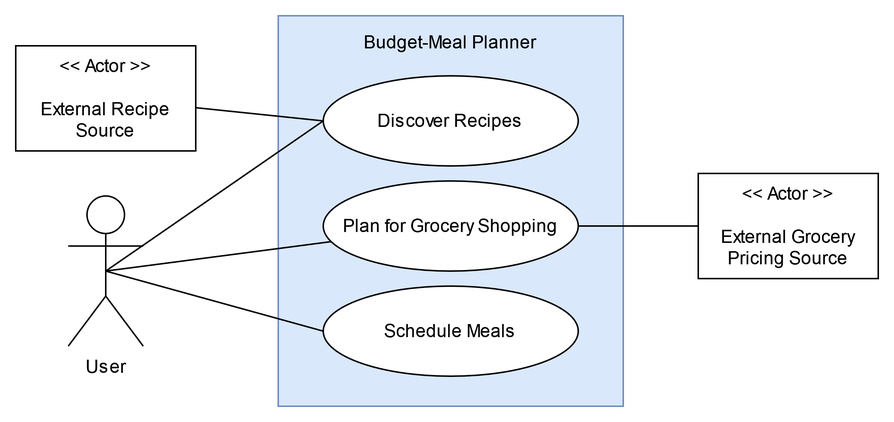
InvisCo/SE463-scenario-table-generator keeps this draw.io diagram as images/Use_Case.png. Above is the earlier version. Source tidied: cells renumbered, new cells last; positions are measured from the earlier drawing's top-left corner, leaving out a move shared by most shapes.
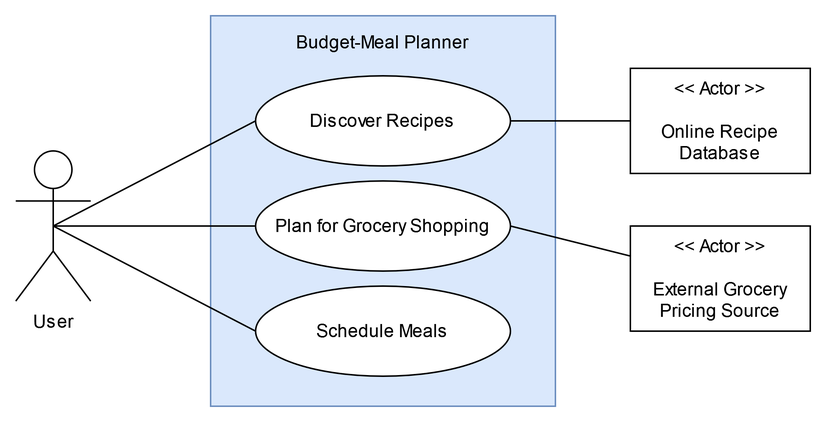
Later version of the same file.

The edit, as a diff of the source:
```diff
@@ -15,7 +15,7 @@
       <mxGeometry relative="1" as="geometry" />
     </mxCell>
     <mxCell id="6" value="User" style="shape=umlActor;verticalLabelPosition=bottom;verticalAlign=top;html=1;outlineConnect=0;" parent="1" vertex="1">
-      <mxGeometry x="35" y="120" width="50" height="100" as="geometry" />
+      <mxGeometry x="45" y="90" width="50" height="100" as="geometry" />
     </mxCell>
     <mxCell id="7" value="Plan for Grocery Shopping" style="ellipse;whiteSpace=wrap;html=1;" parent="1" vertex="1">
       <mxGeometry x="205" y="110" width="170" height="60" as="geometry" />
@@ -36,10 +36,10 @@
       <mxGeometry relative="1" as="geometry" />
     </mxCell>
     <mxCell id="13" value="&lt;div&gt;&amp;lt;&amp;lt; Actor &amp;gt;&amp;gt;&lt;/div&gt;&lt;div&gt;&lt;br&gt;&lt;/div&gt;&lt;div&gt;External Grocery Pricing Source&lt;br&gt;&lt;/div&gt;" style="rounded=0;whiteSpace=wrap;html=1;" parent="1" vertex="1">
-      <mxGeometry x="455" y="105" width="120" height="70" as="geometry" />
+      <mxGeometry x="455" y="140" width="120" height="70" as="geometry" />
     </mxCell>
-    <mxCell id="14" value="&lt;div&gt;&amp;lt;&amp;lt; Actor &amp;gt;&amp;gt;&lt;/div&gt;&lt;div&gt;&lt;br&gt;&lt;/div&gt;&lt;div&gt;External Recipe Source&lt;br&gt;&lt;/div&gt;" style="rounded=0;whiteSpace=wrap;html=1;" parent="1" vertex="1">
-      <mxGeometry y="20" width="120" height="70" as="geometry" />
+    <mxCell id="14" value="&lt;div&gt;&amp;lt;&amp;lt; Actor &amp;gt;&amp;gt;&lt;/div&gt;&lt;div&gt;&lt;br&gt;&lt;/div&gt;&lt;div&gt;Online Recipe Database&lt;br&gt;&lt;/div&gt;" style="rounded=0;whiteSpace=wrap;html=1;" parent="1" vertex="1">
+      <mxGeometry x="455" y="35" width="120" height="70" as="geometry" />
     </mxCell>
   </root>
 </mxGraphModel>
```
